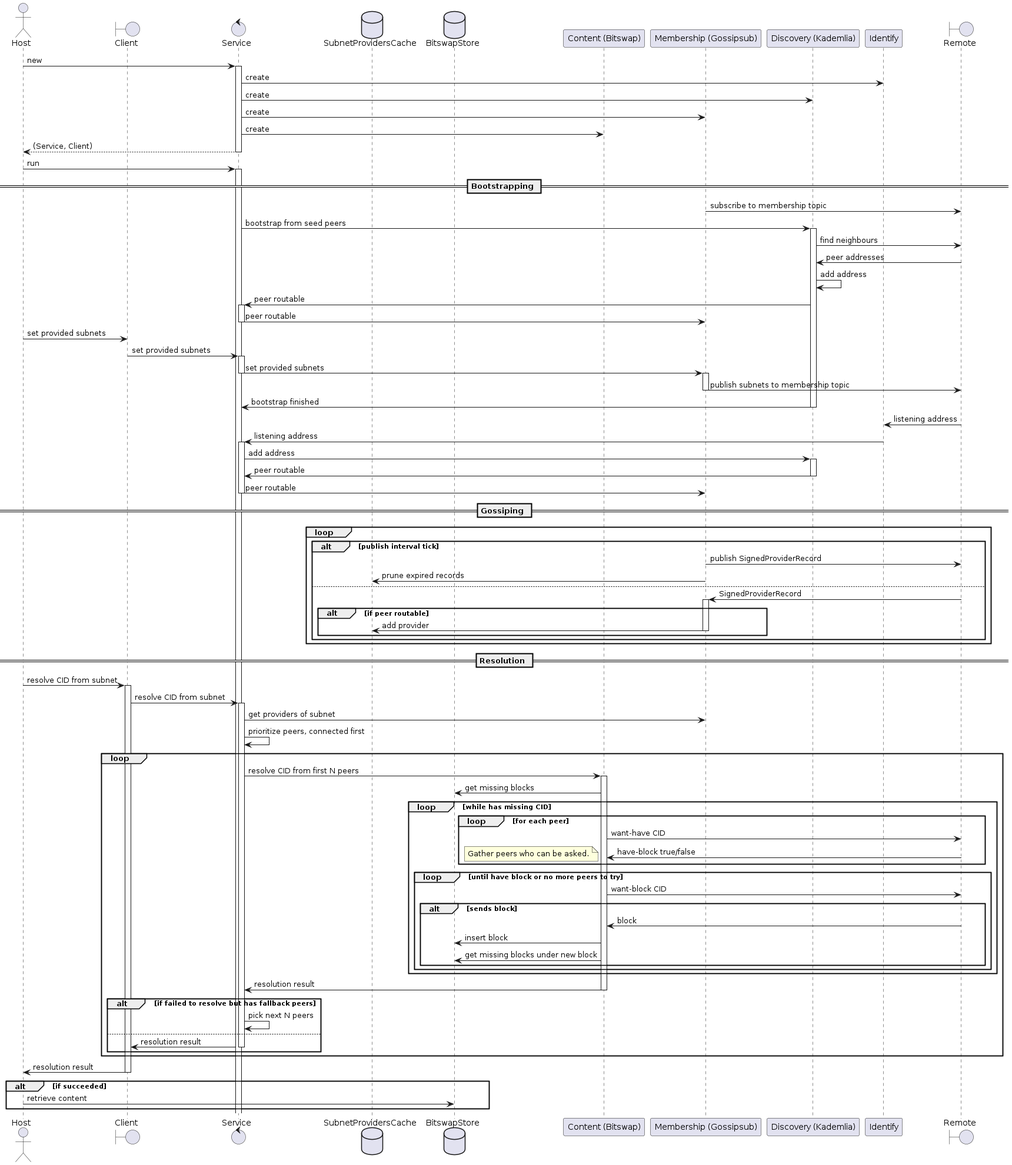
This is docs/diagrams/ipld_resolver.png from consensus-shipyard/ipc-libs, a PlantUML export, as it was before one commit. Its diagram source:
```plantuml
@startuml IPLD Resolver
actor Host
boundary Client
control Service
database SubnetProvidersCache
database BitswapStore
participant "Content (Bitswap)" as Content
participant "Membership (Gossipsub)" as Membership
participant "Discovery (Kademlia)" as Discovery
participant Identify
boundary Remote


Host -> Service ++: new
Service -> Identify: create
Service -> Discovery: create
Service -> Membership: create
Service -> Content: create
return (Service, Client)

Host -> Service ++: run

== Bootstrapping ==

Membership -> Remote: subscribe to membership topic
Service -> Discovery ++: bootstrap from seed peers
Discovery -> Remote: find neighbours
Remote -> Discovery: peer addresses

Discovery -> Discovery: add address
Discovery -> Service ++: peer routable
Service -> Membership --: peer routable

Host -> Client: set provided subnets
Client -> Service ++: set provided subnets
Service -> Membership --++: set provided subnets
Membership -> Remote --: publish subnets to membership topic

Discovery -> Service --: bootstrap finished

Remote -> Identify: listening address
Identify -> Service ++: listening address
Service -> Discovery ++: add address
Discovery -> Service --: peer routable
Service -> Membership --: peer routable

== Gossiping ==

loop
  alt publish interval tick
    Membership -> Remote: publish SignedProviderRecord
    Membership -> SubnetProvidersCache: prune expired records
  else
    Remote -> Membership ++: SignedProviderRecord
    alt if peer routable
      Membership -> SubnetProvidersCache --: add provider
    end
  end
end

== Resolution ==

Host -> Client ++: resolve CID from subnet
Client -> Service ++: resolve CID from subnet
Service -> Membership: get providers of subnet
Service -> Service: prioritize peers, connected first
loop
  Service -> Content ++: resolve CID from first N peers
  Content -> BitswapStore: get missing blocks
  loop while has missing CID
    loop for each peer
      Content -> Remote: want-have CID
      Remote -> Content: have-block true/false
      note left
        Gather peers who can be asked.
      end note
    end
    loop until have block or no more peers to try
      Content -> Remote: want-block CID
      alt sends block
        Remote -> Content: block
        Content -> BitswapStore: insert block
        Content -> BitswapStore: get missing blocks under new block
      end
    end
  end
  Content -> Service --: resolution result
  alt if failed to resolve but has fallback peers
    Service -> Service: pick next N peers
  else
    Service -> Client --: resolution result
  end
end
Client -> Host --: resolution result

alt if succeeded
  Host -> BitswapStore: retrieve content
end

@enduml
```
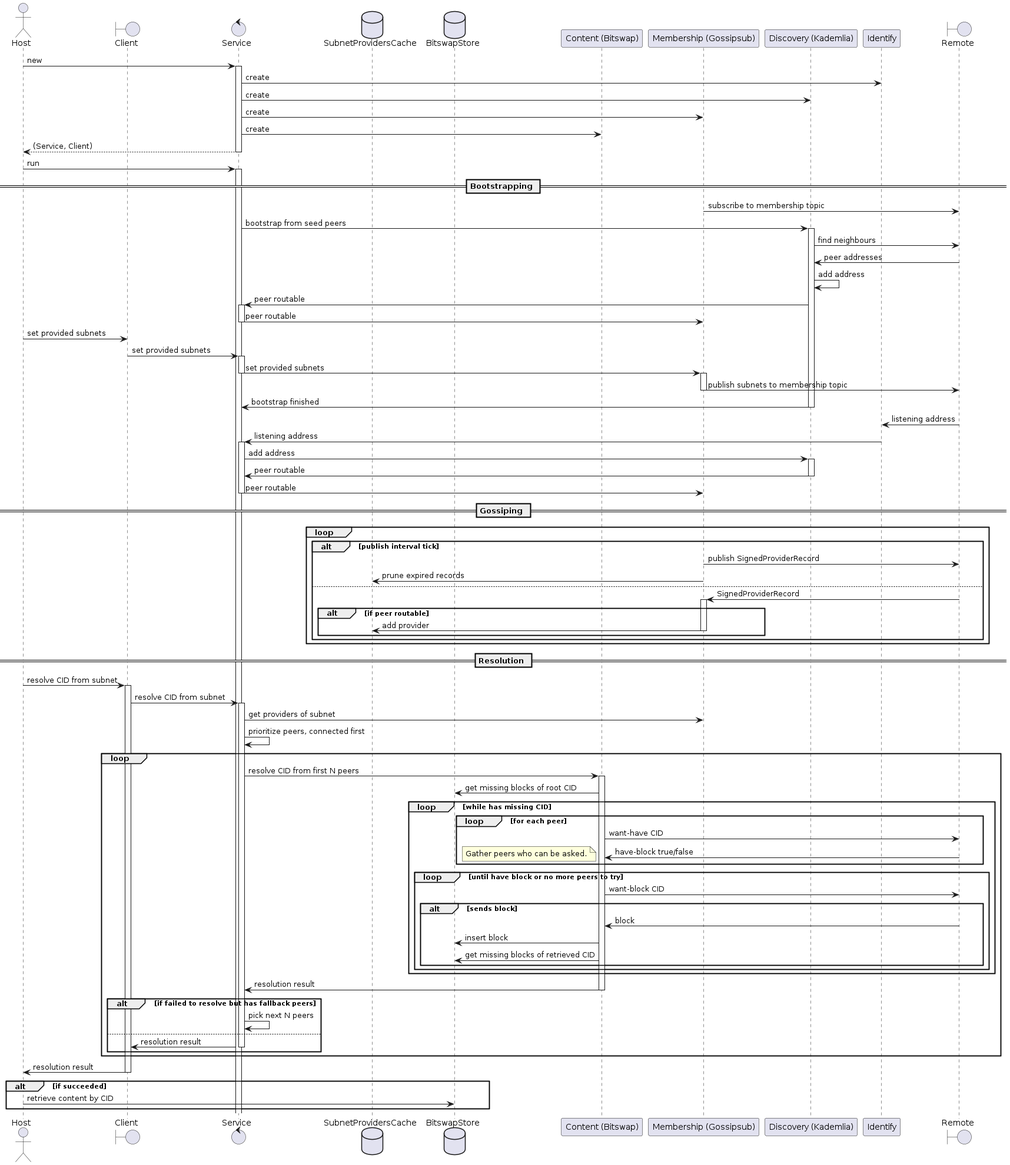
The same diagram one commit later.

Commit message:
IPC-69: CI check-diagrams

Change to the diagram source:
```diff
@@ -66,7 +66,7 @@
 Service -> Service: prioritize peers, connected first
 loop
   Service -> Content ++: resolve CID from first N peers
-  Content -> BitswapStore: get missing blocks
+  Content -> BitswapStore: get missing blocks of root CID
   loop while has missing CID
     loop for each peer
       Content -> Remote: want-have CID
@@ -80,7 +80,7 @@
       alt sends block
         Remote -> Content: block
         Content -> BitswapStore: insert block
-        Content -> BitswapStore: get missing blocks under new block
+        Content -> BitswapStore: get missing blocks of retrieved CID
       end
     end
   end
@@ -94,7 +94,7 @@
 Client -> Host --: resolution result
 
 alt if succeeded
-  Host -> BitswapStore: retrieve content
+  Host -> BitswapStore: retrieve content by CID
 end
 
 @enduml
```
